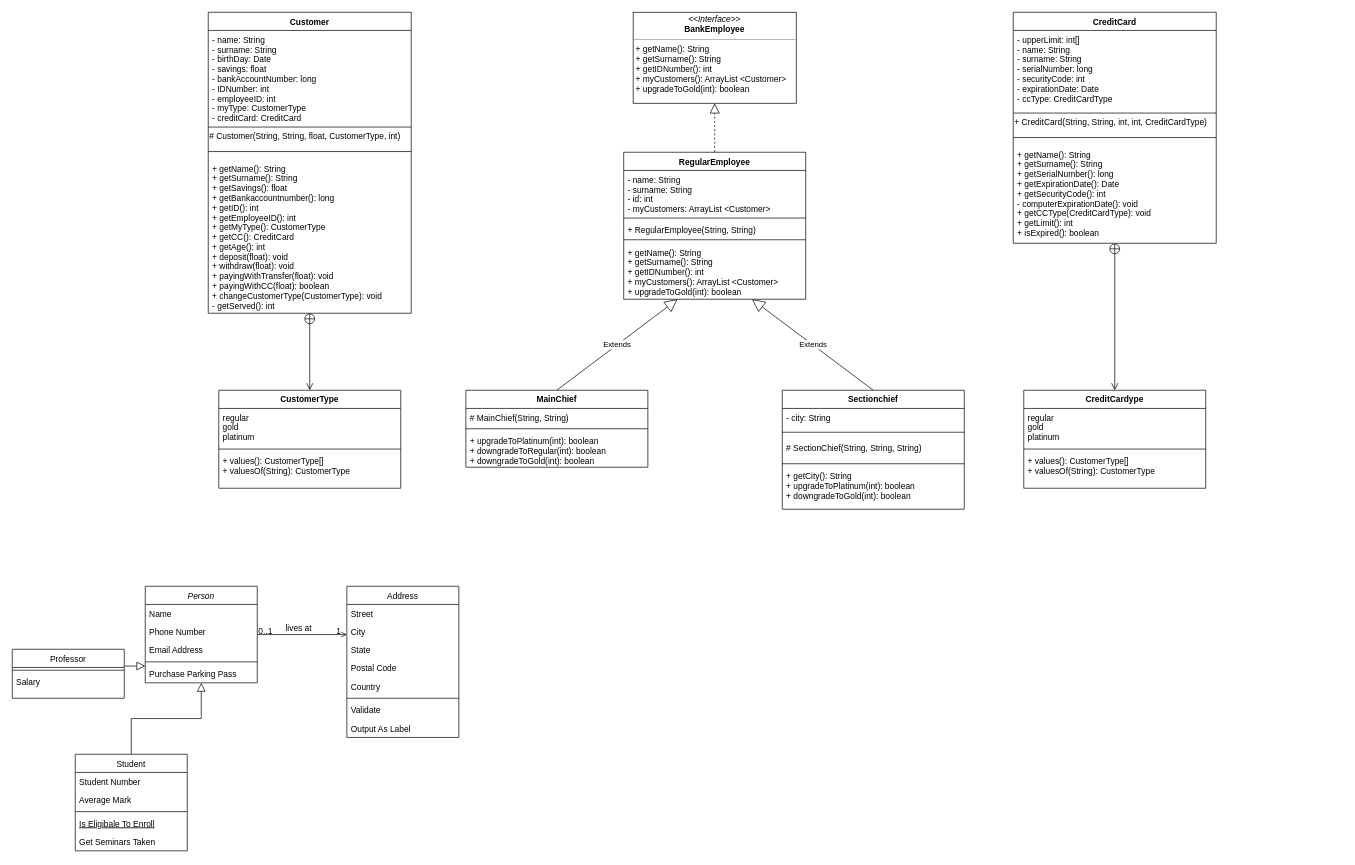
Mongobob/swc-group45 keeps this draw.io diagram as Assingment 04/Untitled Diagram.drawio. Above is the earlier version. Source tidied: cells renumbered, new cells numbered last; positions are measured from the earlier drawing's top-left corner, leaving out a move shared by most shapes. Both pictures are drawn from the tidied source at 70%, with x=0, y=0 at pixel (12, 12).
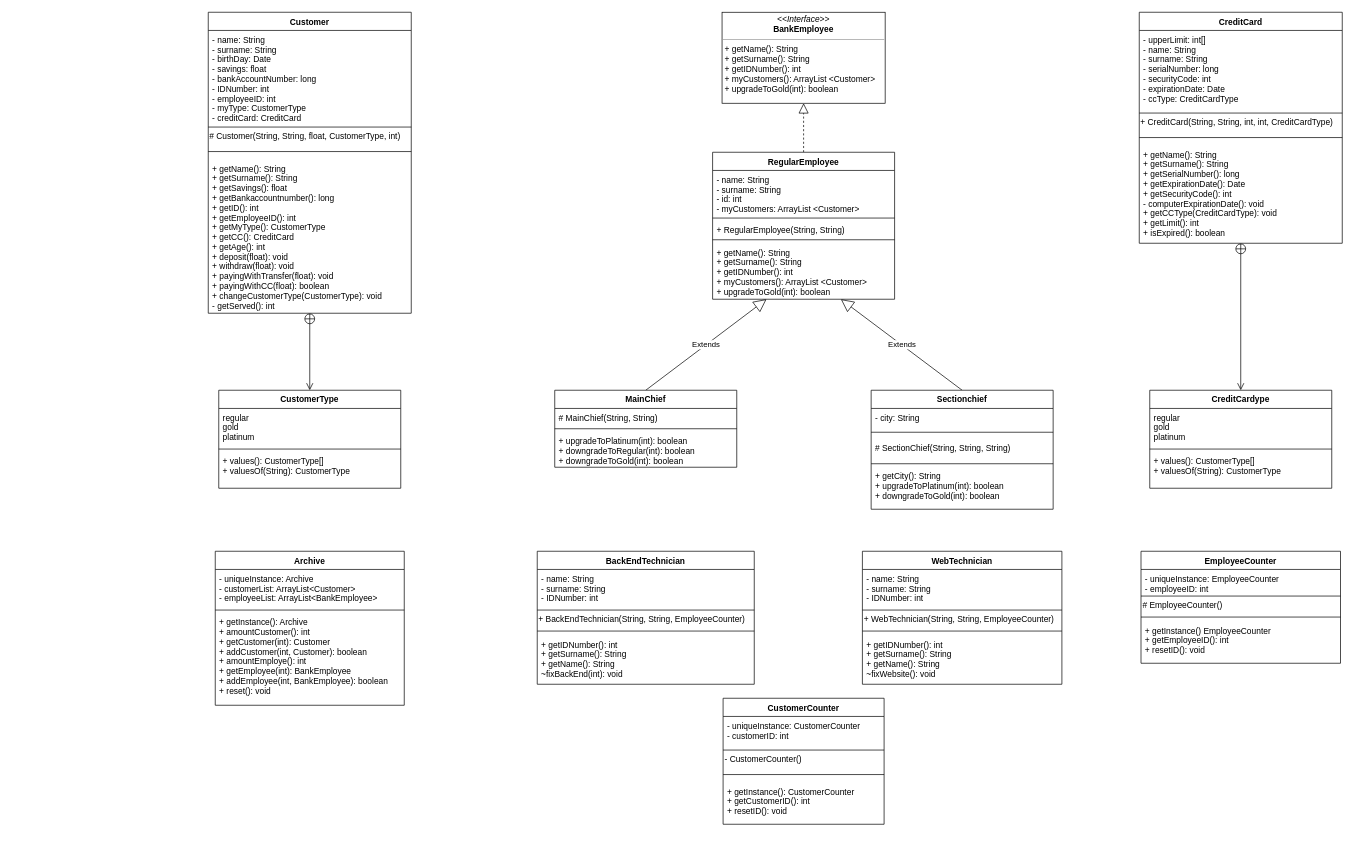
The same page after the edit.

Diff of the diagram source:
```diff
@@
-    <mxCell id="2" value="Person" style="swimlane;fontStyle=2;align=center;verticalAlign=top;horizontal=1;startSize=26;rounded=0;shadow=0;strokeWidth=1;" parent="1" vertex="1">
-      <mxGeometry x="190" y="820" width="160" height="138" as="geometry" />
-    </mxCell>
-    <mxCell id="3" value="Name" style="text;align=left;verticalAlign=top;spacingLeft=4;spacingRight=4;overflow=hidden;" parent="2" vertex="1">
-      <mxGeometry y="26" width="160" height="26" as="geometry" />
-    </mxCell>
-    <mxCell id="4" value="Phone Number" style="text;align=left;verticalAlign=top;spacingLeft=4;spacingRight=4;overflow=hidden;rounded=0;shadow=0;html=0;" parent="2" vertex="1">
-      <mxGeometry y="52" width="160" height="26" as="geometry" />
-    </mxCell>
-    <mxCell id="5" value="Email Address" style="text;align=left;verticalAlign=top;spacingLeft=4;spacingRight=4;overflow=hidden;rounded=0;shadow=0;html=0;" parent="2" vertex="1">
-      <mxGeometry y="78" width="160" height="26" as="geometry" />
-    </mxCell>
-    <mxCell id="6" style="line;html=1;strokeWidth=1;align=left;verticalAlign=middle;spacingTop=-1;spacingLeft=3;spacingRight=3;labelPosition=right;" parent="2" vertex="1">
-      <mxGeometry y="104" width="160" height="8" as="geometry" />
-    </mxCell>
-    <mxCell id="7" value="Purchase Parking Pass" style="text;align=left;verticalAlign=top;spacingLeft=4;spacingRight=4;overflow=hidden;" parent="2" vertex="1">
-      <mxGeometry y="112" width="160" height="26" as="geometry" />
-    </mxCell>
-    <mxCell id="8" value="Student" style="swimlane;fontStyle=0;align=center;verticalAlign=top;horizontal=1;startSize=26;rounded=0;shadow=0;strokeWidth=1;" parent="1" vertex="1">
-      <mxGeometry x="90" y="1060" width="160" height="138" as="geometry" />
-    </mxCell>
-    <mxCell id="9" value="Student Number" style="text;align=left;verticalAlign=top;spacingLeft=4;spacingRight=4;overflow=hidden;" parent="8" vertex="1">
-      <mxGeometry y="26" width="160" height="26" as="geometry" />
-    </mxCell>
-    <mxCell id="10" value="Average Mark" style="text;align=left;verticalAlign=top;spacingLeft=4;spacingRight=4;overflow=hidden;rounded=0;shadow=0;html=0;" parent="8" vertex="1">
-      <mxGeometry y="52" width="160" height="26" as="geometry" />
-    </mxCell>
-    <mxCell id="11" style="line;html=1;strokeWidth=1;align=left;verticalAlign=middle;spacingTop=-1;spacingLeft=3;spacingRight=3;labelPosition=right;" parent="8" vertex="1">
-      <mxGeometry y="78" width="160" height="8" as="geometry" />
-    </mxCell>
-    <mxCell id="12" value="Is Eligibale To Enroll" style="text;align=left;verticalAlign=top;spacingLeft=4;spacingRight=4;overflow=hidden;fontStyle=4;" parent="8" vertex="1">
-      <mxGeometry y="86" width="160" height="26" as="geometry" />
-    </mxCell>
-    <mxCell id="13" value="Get Seminars Taken" style="text;align=left;verticalAlign=top;spacingLeft=4;spacingRight=4;overflow=hidden;" parent="8" vertex="1">
-      <mxGeometry y="112" width="160" height="26" as="geometry" />
-    </mxCell>
-    <mxCell id="14" style="endArrow=block;endSize=10;endFill=0;shadow=0;strokeWidth=1;rounded=0;edgeStyle=elbowEdgeStyle;elbow=vertical;" parent="1" edge="1" source="8" target="2">
-      <mxGeometry relative="1" as="geometry" />
-    </mxCell>
-    <mxCell id="15" value="Professor" style="swimlane;fontStyle=0;align=center;verticalAlign=top;horizontal=1;startSize=26;rounded=0;shadow=0;strokeWidth=1;" parent="1" vertex="1">
-      <mxGeometry y="910" width="160" height="70" as="geometry" />
-    </mxCell>
-    <mxCell id="16" style="line;html=1;strokeWidth=1;align=left;verticalAlign=middle;spacingTop=-1;spacingLeft=3;spacingRight=3;labelPosition=right;" parent="15" vertex="1">
-      <mxGeometry y="26" width="160" height="8" as="geometry" />
-    </mxCell>
-    <mxCell id="17" value="Salary" style="text;align=left;verticalAlign=top;spacingLeft=4;spacingRight=4;overflow=hidden;" parent="15" vertex="1">
-      <mxGeometry y="34" width="160" height="26" as="geometry" />
-    </mxCell>
-    <mxCell id="18" style="endArrow=block;endSize=10;endFill=0;shadow=0;strokeWidth=1;rounded=0;edgeStyle=elbowEdgeStyle;elbow=vertical;" parent="1" edge="1" source="15" target="2">
-      <mxGeometry relative="1" as="geometry" />
-    </mxCell>
-    <mxCell id="19" value="Address" style="swimlane;fontStyle=0;align=center;verticalAlign=top;horizontal=1;startSize=26;rounded=0;shadow=0;strokeWidth=1;" parent="1" vertex="1">
-      <mxGeometry x="478" y="820" width="160" height="216" as="geometry" />
-    </mxCell>
-    <mxCell id="20" value="Street" style="text;align=left;verticalAlign=top;spacingLeft=4;spacingRight=4;overflow=hidden;" parent="19" vertex="1">
-      <mxGeometry y="26" width="160" height="26" as="geometry" />
-    </mxCell>
-    <mxCell id="21" value="City" style="text;align=left;verticalAlign=top;spacingLeft=4;spacingRight=4;overflow=hidden;rounded=0;shadow=0;html=0;" parent="19" vertex="1">
-      <mxGeometry y="52" width="160" height="26" as="geometry" />
-    </mxCell>
-    <mxCell id="22" value="State" style="text;align=left;verticalAlign=top;spacingLeft=4;spacingRight=4;overflow=hidden;rounded=0;shadow=0;html=0;" parent="19" vertex="1">
-      <mxGeometry y="78" width="160" height="26" as="geometry" />
-    </mxCell>
-    <mxCell id="23" value="Postal Code" style="text;align=left;verticalAlign=top;spacingLeft=4;spacingRight=4;overflow=hidden;rounded=0;shadow=0;html=0;" parent="19" vertex="1">
-      <mxGeometry y="104" width="160" height="26" as="geometry" />
-    </mxCell>
-    <mxCell id="24" value="Country" style="text;align=left;verticalAlign=top;spacingLeft=4;spacingRight=4;overflow=hidden;rounded=0;shadow=0;html=0;" parent="19" vertex="1">
-      <mxGeometry y="130" width="160" height="26" as="geometry" />
-    </mxCell>
-    <mxCell id="25" style="line;html=1;strokeWidth=1;align=left;verticalAlign=middle;spacingTop=-1;spacingLeft=3;spacingRight=3;labelPosition=right;" parent="19" vertex="1">
-      <mxGeometry y="156" width="160" height="8" as="geometry" />
-    </mxCell>
-    <mxCell id="26" value="Validate" style="text;align=left;verticalAlign=top;spacingLeft=4;spacingRight=4;overflow=hidden;" parent="19" vertex="1">
-      <mxGeometry y="164" width="160" height="26" as="geometry" />
-    </mxCell>
-    <mxCell id="27" value="Output As Label" style="text;align=left;verticalAlign=top;spacingLeft=4;spacingRight=4;overflow=hidden;" parent="19" vertex="1">
-      <mxGeometry y="190" width="160" height="26" as="geometry" />
-    </mxCell>
-    <mxCell id="28" style="endArrow=open;shadow=0;strokeWidth=1;rounded=0;endFill=1;edgeStyle=elbowEdgeStyle;elbow=vertical;" parent="1" edge="1" source="2" target="19">
-      <mxGeometry x="0.5" y="41" relative="1" as="geometry">
-        <mxPoint x="-40" y="32" as="offset" />
-      </mxGeometry>
-    </mxCell>
-    <mxCell id="29" value="0..1" style="align=left;verticalAlign=bottom;labelBackgroundColor=none;fontSize=12;" parent="28" vertex="1">
-      <mxGeometry x="-1" relative="1" as="geometry">
-        <mxPoint y="4" as="offset" />
-      </mxGeometry>
-    </mxCell>
-    <mxCell id="30" value="1" style="align=right;verticalAlign=bottom;labelBackgroundColor=none;fontSize=12;" parent="28" vertex="1">
-      <mxGeometry x="1" relative="1" as="geometry">
-        <mxPoint x="-7" y="4" as="offset" />
-      </mxGeometry>
-    </mxCell>
-    <mxCell id="31" value="lives at" style="text;html=1;align=center;verticalAlign=middle;labelBackgroundColor=none;rounded=0;shadow=0;strokeWidth=1;fontSize=12;" parent="28" vertex="1">
-      <mxGeometry x="0.5" y="49" relative="1" as="geometry">
-        <mxPoint x="-38" y="40" as="offset" />
-      </mxGeometry>
-    </mxCell>
     <mxCell id="32" value="&lt;p style=&quot;margin: 0px ; margin-top: 4px ; text-align: center&quot;&gt;&lt;i&gt;&amp;lt;&amp;lt;Interface&amp;gt;&amp;gt;&lt;/i&gt;&lt;br&gt;&lt;b&gt;BankEmployee&lt;/b&gt;&lt;/p&gt;&lt;hr size=&quot;1&quot;&gt;&lt;p style=&quot;margin: 0px ; margin-left: 4px&quot;&gt;&lt;/p&gt;&lt;p style=&quot;margin: 0px ; margin-left: 4px&quot;&gt;+ getName(): String&lt;/p&gt;&lt;p style=&quot;margin: 0px ; margin-left: 4px&quot;&gt;+ getSurname(): String&lt;/p&gt;&lt;p style=&quot;margin: 0px ; margin-left: 4px&quot;&gt;+ getIDNumber(): int&lt;/p&gt;&lt;p style=&quot;margin: 0px ; margin-left: 4px&quot;&gt;+ myCustomers(): ArrayList &amp;lt;Customer&amp;gt;&lt;/p&gt;&lt;p style=&quot;margin: 0px ; margin-left: 4px&quot;&gt;+ upgradeToGold(int): boolean&lt;/p&gt;" style="verticalAlign=top;align=left;overflow=fill;fontSize=12;fontFamily=Helvetica;html=1;" parent="1" vertex="1">
-      <mxGeometry x="887" width="233" height="130" as="geometry" />
+      <mxGeometry x="1014" width="233" height="130" as="geometry" />
     </mxCell>
@@
     <mxCell id="45" value="RegularEmployee" style="swimlane;fontStyle=1;align=center;verticalAlign=top;horizontal=1;startSize=26;" parent="1" vertex="1">
-      <mxGeometry x="873.5" y="200" width="260" height="210" as="geometry" />
+      <mxGeometry x="1000.5" y="200" width="260" height="210" as="geometry" />
     </mxCell>
@@
     <mxCell id="52" value="Sectionchief" style="swimlane;fontStyle=1;align=center;verticalAlign=top;horizontal=1;startSize=26;" parent="1" vertex="1">
-      <mxGeometry x="1100" y="540" width="260" height="170" as="geometry" />
+      <mxGeometry x="1227" y="540" width="260" height="170" as="geometry" />
     </mxCell>
@@
     <mxCell id="59" value="MainChief" style="swimlane;fontStyle=1;align=center;verticalAlign=top;horizontal=1;startSize=26;" parent="1" vertex="1">
-      <mxGeometry x="648" y="540" width="260" height="110" as="geometry" />
+      <mxGeometry x="775" y="540" width="260" height="110" as="geometry" />
     </mxCell>
@@
     <mxCell id="63" value="CreditCard" style="swimlane;fontStyle=1;align=center;verticalAlign=top;horizontal=1;startSize=26;" parent="1" vertex="1">
-      <mxGeometry x="1430" width="290" height="330" as="geometry" />
+      <mxGeometry x="1610" width="290" height="330" as="geometry" />
     </mxCell>
@@
     <mxCell id="69" value="CreditCardype" style="swimlane;fontStyle=1;align=center;verticalAlign=top;horizontal=1;startSize=26;" parent="1" vertex="1">
-      <mxGeometry x="1445" y="540" width="260" height="140" as="geometry" />
+      <mxGeometry x="1625" y="540" width="260" height="140" as="geometry" />
     </mxCell>
@@
+    <mxCell id="74" value="Archive" style="swimlane;fontStyle=1;align=center;verticalAlign=top;horizontal=1;startSize=26;" parent="1" vertex="1">
+      <mxGeometry x="290" y="770" width="270" height="220" as="geometry" />
+    </mxCell>
+    <mxCell id="75" value="- uniqueInstance: Archive&#10;- customerList: ArrayList&lt;Customer&gt;&#10;- employeeList: ArrayList&lt;BankEmployee&gt;&#10;" style="text;strokeColor=none;fillColor=none;align=left;verticalAlign=top;spacingLeft=4;spacingRight=4;overflow=hidden;" parent="74" vertex="1">
+      <mxGeometry y="26" width="270" height="54" as="geometry" />
+    </mxCell>
+    <mxCell id="76" style="line;strokeWidth=1;fillColor=none;align=left;verticalAlign=middle;spacingTop=-1;spacingLeft=3;spacingRight=3;labelPosition=right;" parent="74" vertex="1">
+      <mxGeometry y="80" width="270" height="8" as="geometry" />
+    </mxCell>
+    <mxCell id="77" value="+ getInstance(): Archive&#10;+ amountCustomer(): int&#10;+ getCustomer(int): Customer&#10;+ addCustomer(int, Customer): boolean&#10;+ amountEmploye(): int&#10;+ getEmployee(int): BankEmployee&#10;+ addEmployee(int, BankEmployee): boolean&#10;+ reset(): void" style="text;strokeColor=none;fillColor=none;align=left;verticalAlign=top;spacingLeft=4;spacingRight=4;overflow=hidden;" parent="74" vertex="1">
+      <mxGeometry y="88" width="270" height="132" as="geometry" />
+    </mxCell>
+    <mxCell id="78" value="CustomerCounter" style="swimlane;fontStyle=1;align=center;verticalAlign=top;horizontal=1;startSize=26;" parent="1" vertex="1">
+      <mxGeometry x="1015.5" y="980" width="230" height="180" as="geometry" />
+    </mxCell>
+    <mxCell id="79" value="- uniqueInstance: CustomerCounter&#10;- customerID: int" style="text;strokeColor=none;fillColor=none;align=left;verticalAlign=top;spacingLeft=4;spacingRight=4;overflow=hidden;" parent="78" vertex="1">
+      <mxGeometry y="26" width="230" height="44" as="geometry" />
+    </mxCell>
+    <mxCell id="80" style="line;strokeWidth=1;fillColor=none;align=left;verticalAlign=middle;spacingTop=-1;spacingLeft=3;spacingRight=3;labelPosition=right;" parent="78" vertex="1">
+      <mxGeometry y="70" width="230" height="8" as="geometry" />
+    </mxCell>
+    <mxCell id="81" value="- CustomerCounter()" style="text;html=1;align=left;verticalAlign=middle;" parent="78" vertex="1">
+      <mxGeometry y="78" width="230" height="20" as="geometry" />
+    </mxCell>
+    <mxCell id="82" style="line;strokeWidth=1;fillColor=none;align=left;verticalAlign=middle;spacingTop=-1;spacingLeft=3;spacingRight=3;labelPosition=right;" parent="78" vertex="1">
+      <mxGeometry y="98" width="230" height="22" as="geometry" />
+    </mxCell>
+    <mxCell id="83" value="+ getInstance(): CustomerCounter&#10;+ getCustomerID(): int&#10;+ resetID(): void" style="text;strokeColor=none;fillColor=none;align=left;verticalAlign=top;spacingLeft=4;spacingRight=4;overflow=hidden;" parent="78" vertex="1">
+      <mxGeometry y="120" width="230" height="60" as="geometry" />
+    </mxCell>
+    <mxCell id="84" value="BackEndTechnician" style="swimlane;fontStyle=1;align=center;verticalAlign=top;horizontal=1;startSize=26;" parent="1" vertex="1">
+      <mxGeometry x="750" y="770" width="310" height="190" as="geometry" />
+    </mxCell>
+    <mxCell id="85" value="- name: String&#10;- surname: String&#10;- IDNumber: int&#10;" style="text;strokeColor=none;fillColor=none;align=left;verticalAlign=top;spacingLeft=4;spacingRight=4;overflow=hidden;" parent="84" vertex="1">
+      <mxGeometry y="26" width="310" height="54" as="geometry" />
+    </mxCell>
+    <mxCell id="86" style="line;strokeWidth=1;fillColor=none;align=left;verticalAlign=middle;spacingTop=-1;spacingLeft=3;spacingRight=3;labelPosition=right;" parent="84" vertex="1">
+      <mxGeometry y="80" width="310" height="8" as="geometry" />
+    </mxCell>
+    <mxCell id="87" value="+ BackEndTechnician(String, String, EmployeeCounter)" style="text;html=1;align=left;verticalAlign=middle;" parent="84" vertex="1">
+      <mxGeometry y="88" width="310" height="20" as="geometry" />
+    </mxCell>
+    <mxCell id="88" style="line;strokeWidth=1;fillColor=none;align=left;verticalAlign=middle;spacingTop=-1;spacingLeft=3;spacingRight=3;labelPosition=right;" parent="84" vertex="1">
+      <mxGeometry y="108" width="310" height="12" as="geometry" />
+    </mxCell>
+    <mxCell id="89" value="+ getIDNumber(): int&#10;+ getSurname(): String&#10;+ getName(): String&#10;~fixBackEnd(int): void&#10;" style="text;strokeColor=none;fillColor=none;align=left;verticalAlign=top;spacingLeft=4;spacingRight=4;overflow=hidden;" parent="84" vertex="1">
+      <mxGeometry y="120" width="310" height="70" as="geometry" />
+    </mxCell>
+    <mxCell id="90" value="WebTechnician" style="swimlane;fontStyle=1;align=center;verticalAlign=top;horizontal=1;startSize=26;" parent="1" vertex="1">
+      <mxGeometry x="1214.5" y="770" width="285" height="190" as="geometry" />
+    </mxCell>
+    <mxCell id="91" value="- name: String&#10;- surname: String&#10;- IDNumber: int&#10;" style="text;strokeColor=none;fillColor=none;align=left;verticalAlign=top;spacingLeft=4;spacingRight=4;overflow=hidden;" parent="90" vertex="1">
+      <mxGeometry y="26" width="285" height="54" as="geometry" />
+    </mxCell>
+    <mxCell id="92" style="line;strokeWidth=1;fillColor=none;align=left;verticalAlign=middle;spacingTop=-1;spacingLeft=3;spacingRight=3;labelPosition=right;" parent="90" vertex="1">
+      <mxGeometry y="80" width="285" height="8" as="geometry" />
+    </mxCell>
+    <mxCell id="93" value="+ WebTechnician(String, String, EmployeeCounter)" style="text;html=1;align=left;verticalAlign=middle;" parent="90" vertex="1">
+      <mxGeometry y="88" width="285" height="20" as="geometry" />
+    </mxCell>
+    <mxCell id="94" style="line;strokeWidth=1;fillColor=none;align=left;verticalAlign=middle;spacingTop=-1;spacingLeft=3;spacingRight=3;labelPosition=right;" parent="90" vertex="1">
+      <mxGeometry y="108" width="285" height="12" as="geometry" />
+    </mxCell>
+    <mxCell id="95" value="+ getIDNumber(): int&#10;+ getSurname(): String&#10;+ getName(): String&#10;~fixWebsite(): void&#10;" style="text;strokeColor=none;fillColor=none;align=left;verticalAlign=top;spacingLeft=4;spacingRight=4;overflow=hidden;" parent="90" vertex="1">
+      <mxGeometry y="120" width="285" height="70" as="geometry" />
+    </mxCell>
+    <mxCell id="96" value="EmployeeCounter" style="swimlane;fontStyle=1;align=center;verticalAlign=top;horizontal=1;startSize=26;" parent="1" vertex="1">
+      <mxGeometry x="1612.5" y="770" width="285" height="160" as="geometry" />
+    </mxCell>
+    <mxCell id="97" value="- uniqueInstance: EmployeeCounter&#10;- employeeID: int" style="text;strokeColor=none;fillColor=none;align=left;verticalAlign=top;spacingLeft=4;spacingRight=4;overflow=hidden;" parent="96" vertex="1">
+      <mxGeometry y="26" width="285" height="34" as="geometry" />
+    </mxCell>
+    <mxCell id="98" style="line;strokeWidth=1;fillColor=none;align=left;verticalAlign=middle;spacingTop=-1;spacingLeft=3;spacingRight=3;labelPosition=right;" parent="96" vertex="1">
+      <mxGeometry y="60" width="285" height="8" as="geometry" />
+    </mxCell>
+    <mxCell id="99" value="# EmployeeCounter()" style="text;html=1;align=left;verticalAlign=middle;" parent="96" vertex="1">
+      <mxGeometry y="68" width="285" height="20" as="geometry" />
+    </mxCell>
+    <mxCell id="100" style="line;strokeWidth=1;fillColor=none;align=left;verticalAlign=middle;spacingTop=-1;spacingLeft=3;spacingRight=3;labelPosition=right;" parent="96" vertex="1">
+      <mxGeometry y="88" width="285" height="12" as="geometry" />
+    </mxCell>
+    <mxCell id="101" value="+ getInstance() EmployeeCounter&#10;+ getEmployeeID(): int&#10;+ resetID(): void" style="text;strokeColor=none;fillColor=none;align=left;verticalAlign=top;spacingLeft=4;spacingRight=4;overflow=hidden;" parent="96" vertex="1">
+      <mxGeometry y="100" width="285" height="60" as="geometry" />
+    </mxCell>
```
